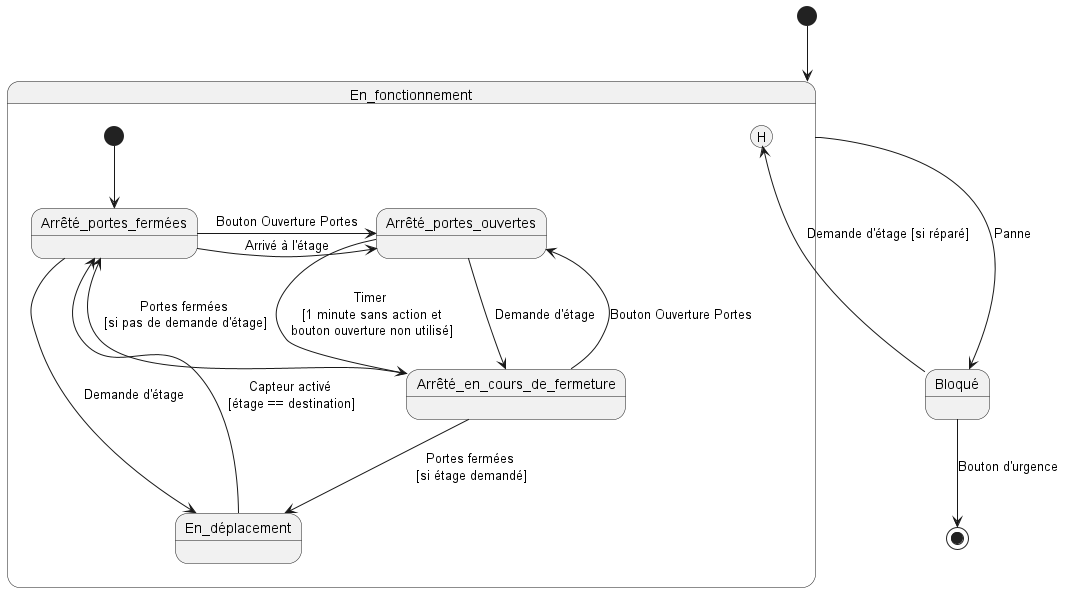
Earlier version of the PlantUML export uml/ascenseur.png (pdl-classroom/uml-machine-etats-ascenseur-corrige).
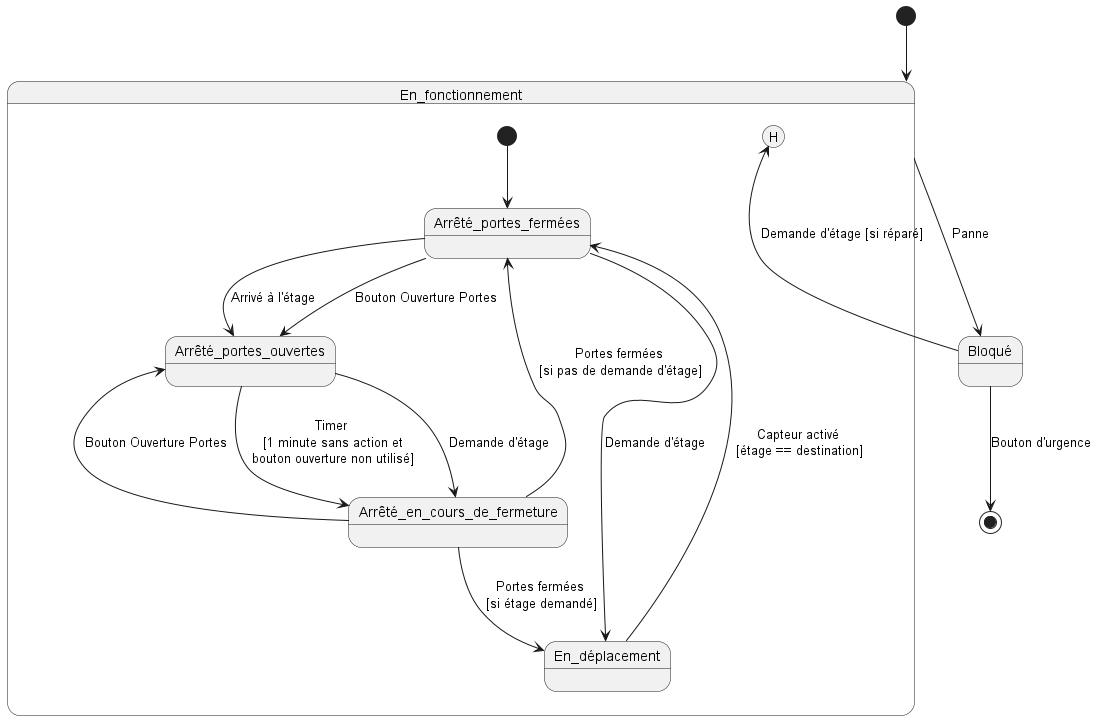
The same file after the commit.

Commit message:
mise en page

What changed in the source:
```diff
@@ -8,7 +8,7 @@
     Arrêté_portes_ouvertes --> Arrêté_en_cours_de_fermeture : Timer\n [1 minute sans action et\n bouton ouverture non utilisé]
     Arrêté_portes_ouvertes --> Arrêté_en_cours_de_fermeture : Demande d'étage
     Arrêté_en_cours_de_fermeture --> En_déplacement : Portes fermées\n [si étage demandé]
-    Arrêté_en_cours_de_fermeture --> Arrêté_portes_fermées : Portes fermées\n [si pas de demande d'étage]
+    Arrêté_en_cours_de_fermeture ---> Arrêté_portes_fermées : Portes fermées\n [si pas de demande d'étage]
     Arrêté_en_cours_de_fermeture --> Arrêté_portes_ouvertes : Bouton Ouverture Portes
     Arrêté_portes_fermées --> En_déplacement : Demande d'étage
     En_déplacement --> Arrêté_portes_fermées : Capteur activé\n [étage == destination]
```
